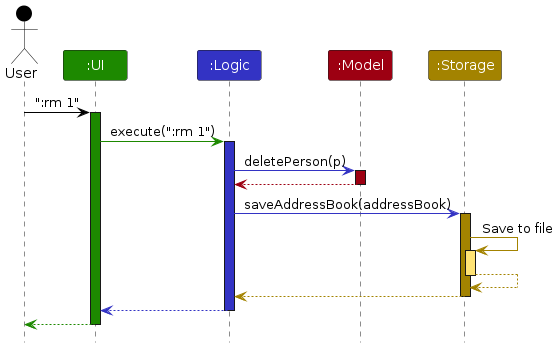
Earlier version of the PlantUML export diagrams/ArchitectureSequenceDiagram.png (anselmlong/tp). Its source is kept beside it as diagrams/ArchitectureSequenceDiagram.puml.
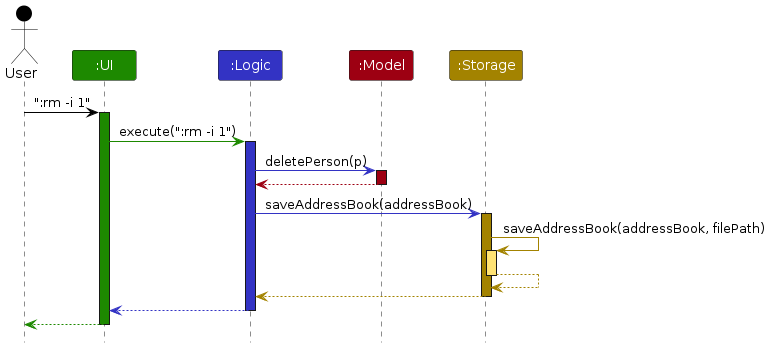
After the change.

Change to the diagram source:
```diff
@@ -8,10 +8,10 @@
 Participant ":Model" as model MODEL_COLOR
 Participant ":Storage" as storage STORAGE_COLOR
 
-user -[USER_COLOR]> ui : ":rm 1"
+user -[USER_COLOR]> ui : ":rm -i 1"
 activate ui UI_COLOR
 
-ui -[UI_COLOR]> logic : execute(":rm 1")
+ui -[UI_COLOR]> logic : execute(":rm -i 1")
 activate logic LOGIC_COLOR
 
 logic -[LOGIC_COLOR]> model : deletePerson(p)
@@ -23,7 +23,7 @@
 logic -[LOGIC_COLOR]> storage : saveAddressBook(addressBook)
 activate storage STORAGE_COLOR
 
-storage -[STORAGE_COLOR]> storage : Save to file
+storage -[STORAGE_COLOR]> storage : saveAddressBook(addressBook, filePath)
 activate storage STORAGE_COLOR_T1
 storage --[STORAGE_COLOR]> storage
 deactivate storage
```
